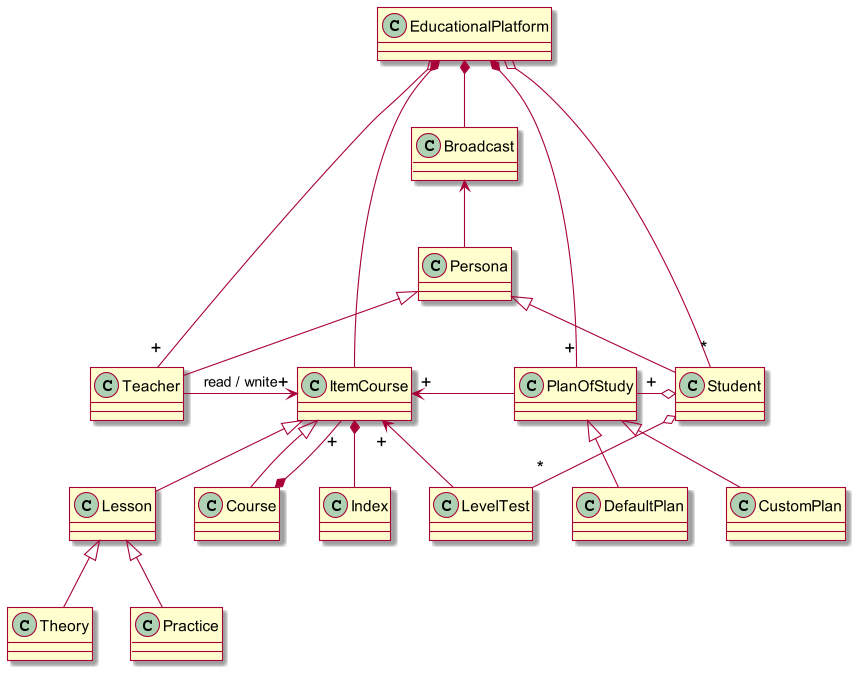
Above: PlataformaEducativa/PlataformaEducativa_V2.png in ferbarret/Modelado (PlantUML), before the change.
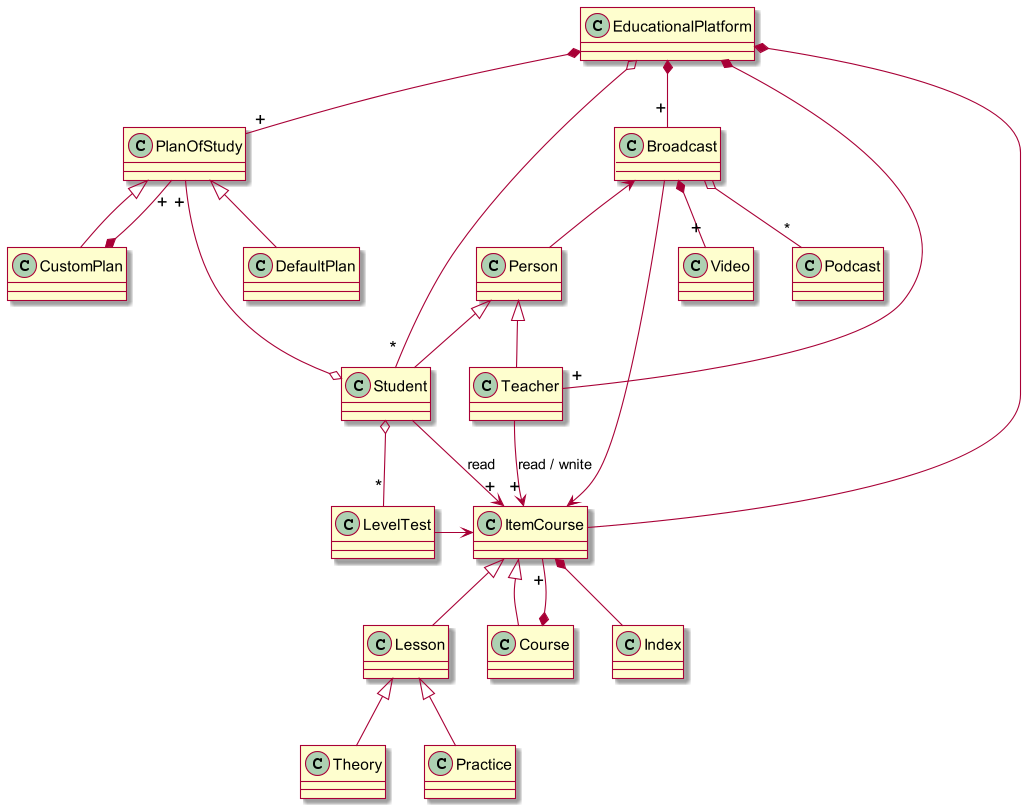
After the commit.

Change to the diagram source:
```diff
@@ -9,26 +9,29 @@
 
 
  class EducationalPlatform
- class Persona
+ class Person
+Person -up-> Broadcast
 
-EducationalPlatform o-down- "<size: 17>+</size>" Teacher
+EducationalPlatform *-down- "<size: 17>+</size>" Teacher
 EducationalPlatform o-down- "<size: 17>*</size>" Student
-EducationalPlatform *-down- Broadcast
+EducationalPlatform *-down- "<size: 17>+</size>" Broadcast
 EducationalPlatform *-down- ItemCourse
 EducationalPlatform *-down- "<size: 17>+</size>" PlanOfStudy
 
 
 
 
-Persona <|-down- Teacher
-Persona <|-down- Student
+Person <|-down- Teacher
+Person <|-down- Student
 
-Persona -up-> Broadcast
-Teacher -right-> "<size: 17>+</size>" ItemCourse : "read / wnite"
+Teacher -down-> "<size: 17>+</size>" ItemCourse : "read / wnite"
 Student o-left- "<size: 17>+</size>" PlanOfStudy
-PlanOfStudy -left-> "<size: 17>+</size>" ItemCourse
+Student -down-> "<size: 17>+</size>" ItemCourse : "read"
 
+Broadcast -right-> ItemCourse
 
+Broadcast *-down- "<size: 17>+</size>" Video
+Broadcast o-down- "<size: 15>*</size>" Podcast
 
 ItemCourse <|-down- Lesson
 ItemCourse <|-down- Course
@@ -40,7 +43,8 @@
 
 Student o-down- "<size: 17>*</size>" LevelTest
 Course *-up- "<size: 17>+</size>" ItemCourse
-LevelTest -up-> "<size: 17>+</size>" ItemCourse
+CustomPlan *-up- "<size: 17>+</size>" PlanOfStudy
+LevelTest -right-> ItemCourse
 
 Lesson <|-down- Theory
 Lesson <|-down- Practice
```
